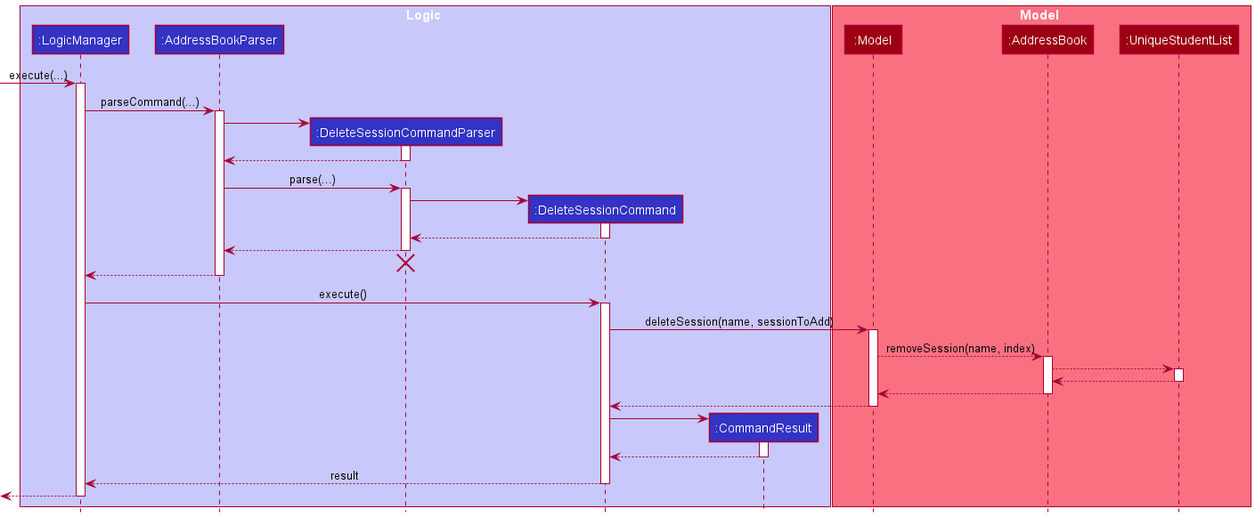
Before: docs/images/shion/DeleteSessionSequenceDiagram.png, a diagram exported from PlantUML (nus-cs2103-AY2021S2/tp).
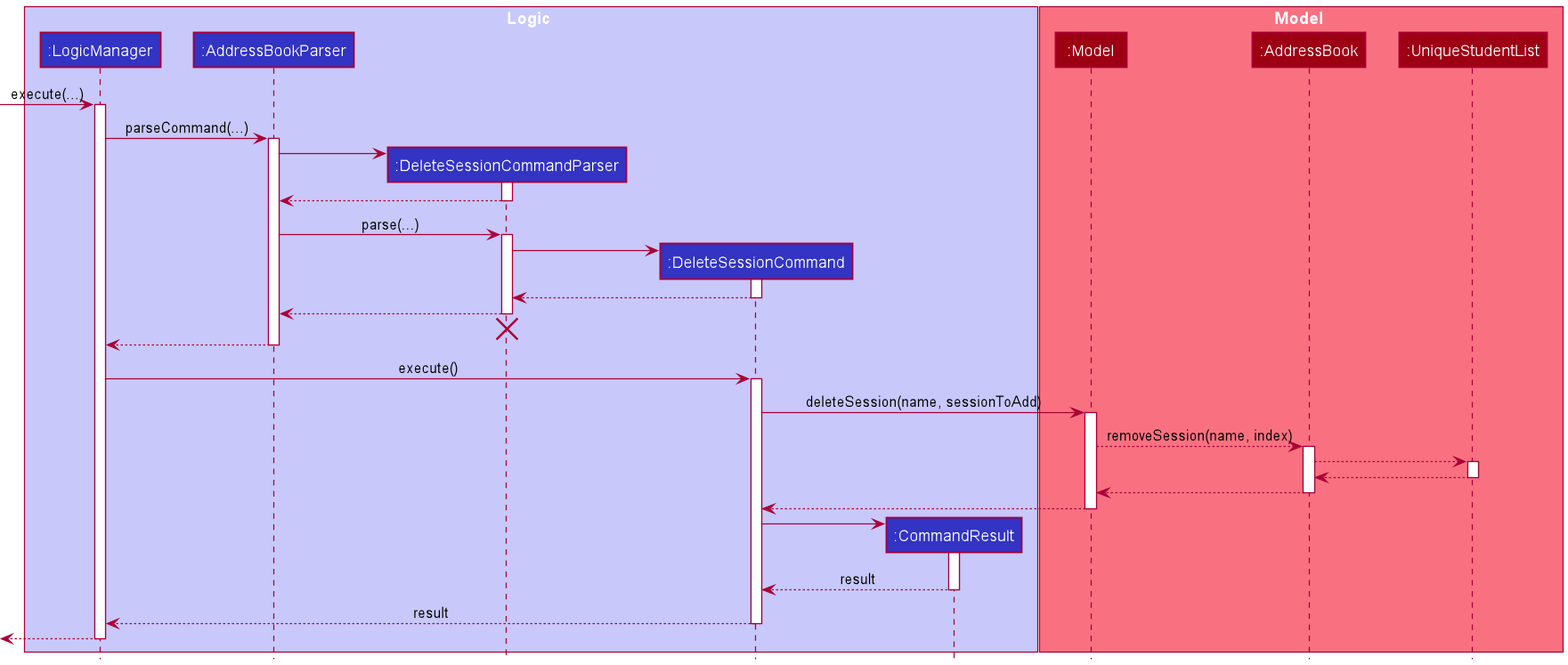
After the change.

Commit message:
Fixes as jonah comment + result

Diff of the diagram source:
```diff
@@ -1,5 +1,5 @@
 @startuml
-!include style.puml
+!include ../style.puml
 
 box Logic LOGIC_COLOR_T1
 participant ":LogicManager" as LogicManager LOGIC_COLOR
@@ -73,7 +73,7 @@
 DeleteSessionCommand -> CommandResult
 activate CommandResult
 
-CommandResult --> DeleteSessionCommand
+CommandResult --> DeleteSessionCommand : result
 deactivate CommandResult
 
 DeleteSessionCommand --> LogicManager : result
```
